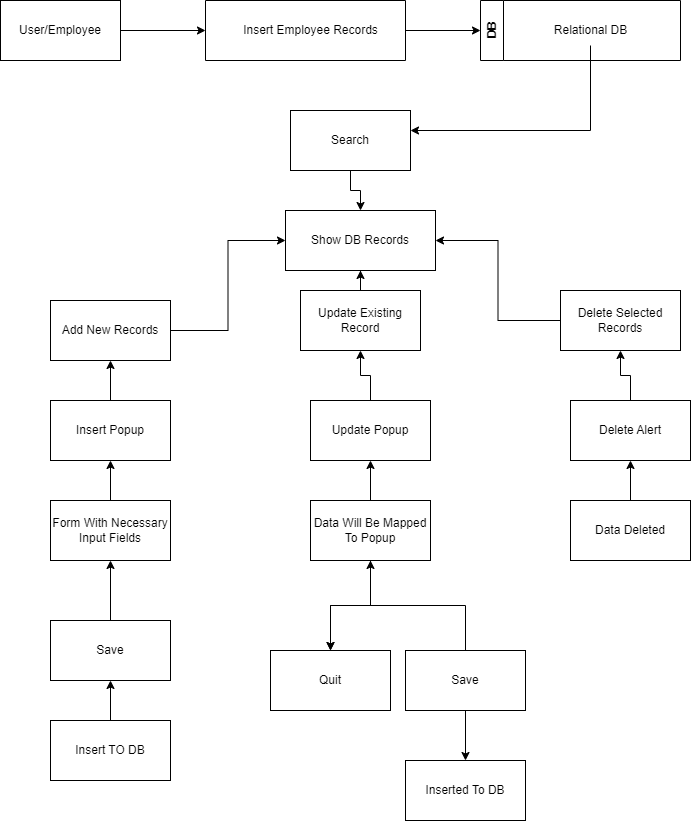
mananhiteshkataria/drawio keeps this draw.io diagram as eauser_report.drawio.png. Above is the earlier version. Source tidied: cells renumbered, new cells last; positions are measured from the earlier drawing's top-left corner, leaving out a move shared by most shapes.
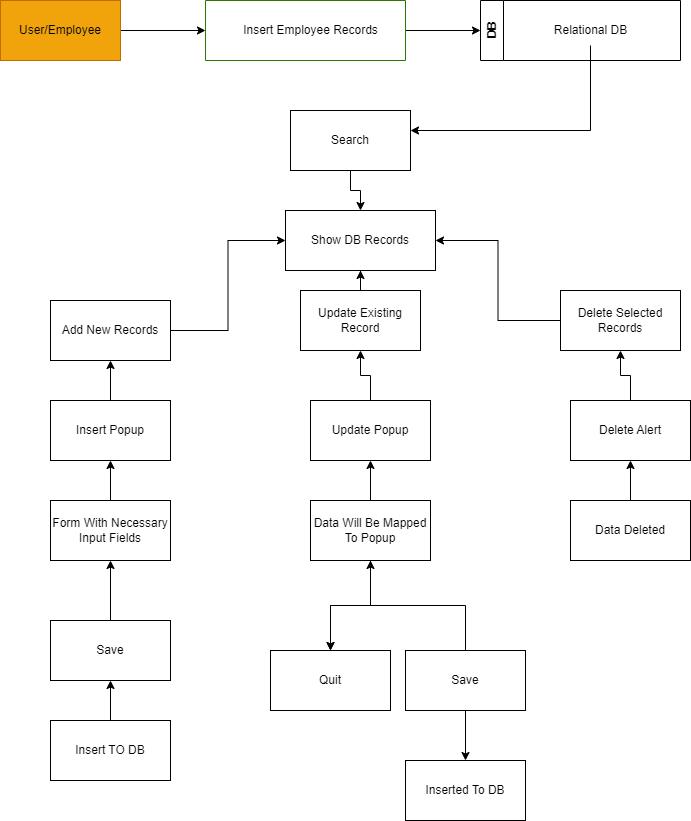
Later version of the same file.

Diff of the diagram source:
```diff
@@ -5,13 +5,13 @@
     <mxCell id="2" style="edgeStyle=orthogonalEdgeStyle;rounded=0;jettySize=auto;html=1;exitX=1;exitY=0.5;exitDx=0;exitDy=0;entryX=0;entryY=0.5;entryDx=0;entryDy=0;" parent="1" edge="1" source="3" target="5">
       <mxGeometry relative="1" as="geometry" />
     </mxCell>
-    <mxCell id="3" value="User/Employee" style="rounded=0;whiteSpace=wrap;html=1;" parent="1" vertex="1">
+    <mxCell id="3" value="User/Employee" style="rounded=0;whiteSpace=wrap;html=1;fillColor=#f0a30a;fontColor=#000000;strokeColor=#BD7000;" parent="1" vertex="1">
       <mxGeometry width="120" height="60" as="geometry" />
     </mxCell>
     <mxCell id="4" style="edgeStyle=orthogonalEdgeStyle;rounded=0;jettySize=auto;html=1;exitX=1;exitY=0.5;exitDx=0;exitDy=0;entryX=0;entryY=0.5;entryDx=0;entryDy=0;" parent="1" edge="1" source="5" target="7">
       <mxGeometry relative="1" as="geometry" />
     </mxCell>
-    <mxCell id="5" style="swimlane;startSize=0;" parent="1" vertex="1">
+    <mxCell id="5" style="swimlane;startSize=0;fillColor=#60a917;fontColor=#ffffff;strokeColor=#2D7600;" parent="1" vertex="1">
       <mxGeometry x="205" width="200" height="60" as="geometry" />
     </mxCell>
     <mxCell id="6" value="Insert Employee Records" style="text;html=1;align=center;verticalAlign=middle;" parent="5" vertex="1">
```
